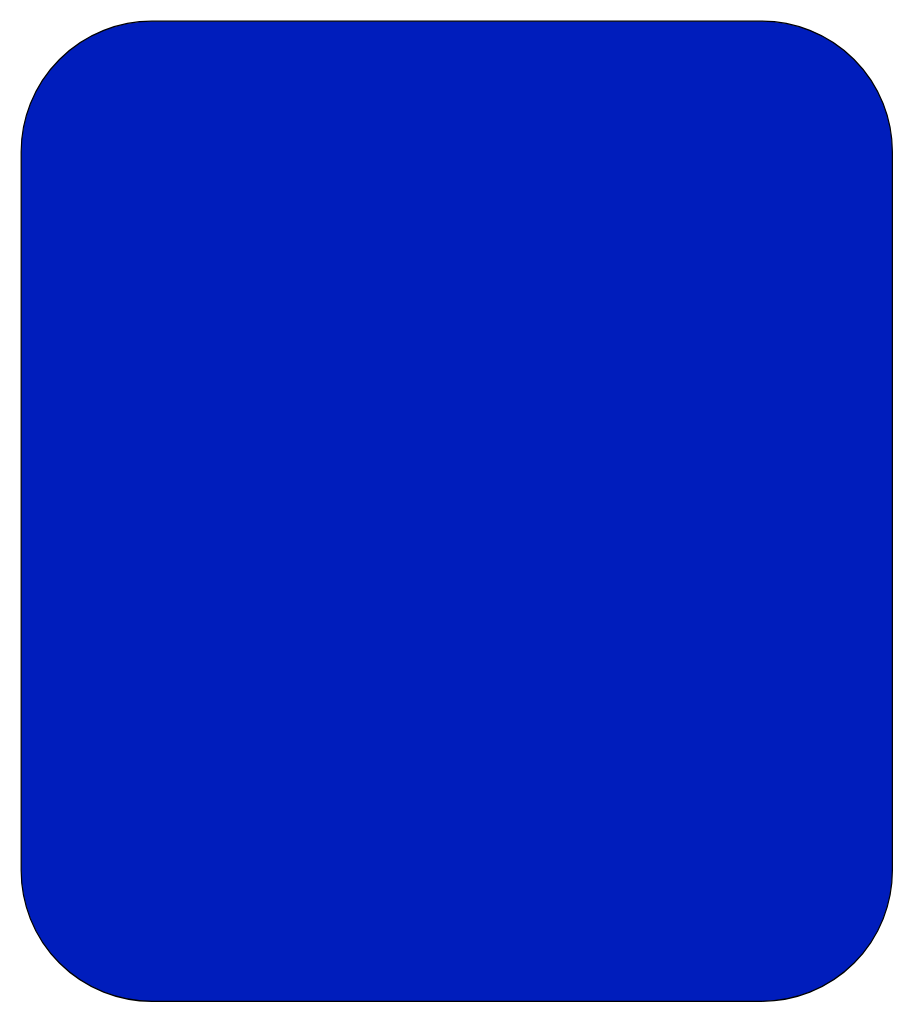
The draw.io diagram draw.io/Landing/Home/Index.drawio in kasDev18/ASG_chat_app, before the edit. Source tidied: cells renumbered, new cells numbered last; positions are measured from the earlier drawing's top-left corner, leaving out a move shared by most shapes. Both pictures are drawn from the tidied source at 121%, with x=0, y=0 at pixel (21, 21).
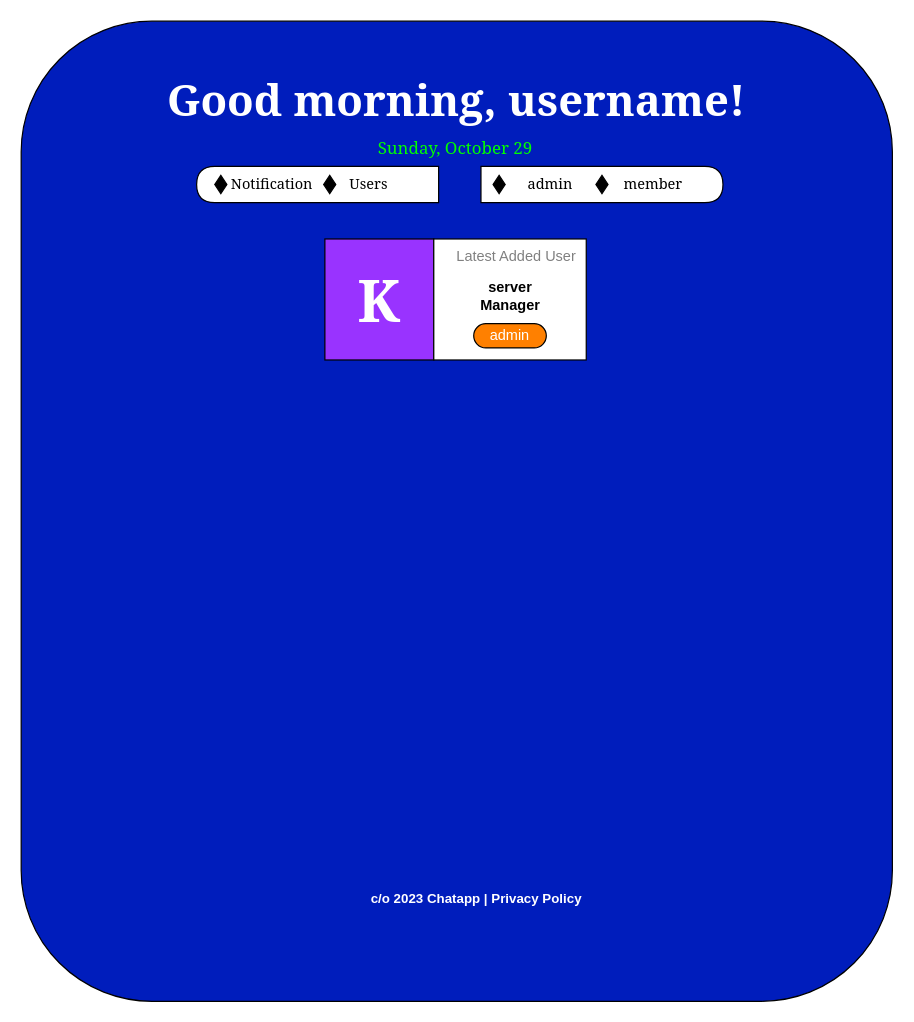
After the change.

Commit message (it also covers changes not shown here):
added unique layout for index landing

What changed in the source:
```diff
@@
+    <mxCell id="3" value="&lt;h1&gt;&lt;font color=&quot;#ffffff&quot; style=&quot;font-size: 36px;&quot; face=&quot;Georgia&quot;&gt;Good morning, username!&lt;/font&gt;&lt;/h1&gt;" style="text;html=1;strokeColor=none;fillColor=none;align=center;verticalAlign=middle;whiteSpace=wrap;rounded=0;" parent="1" vertex="1">
+      <mxGeometry x="105" y="50" width="510" height="30" as="geometry" />
+    </mxCell>
+    <mxCell id="4" value="&lt;font face=&quot;Georgia&quot; color=&quot;#00ff00&quot; style=&quot;font-size: 14px;&quot;&gt;Sunday, October 29&lt;/font&gt;" style="text;html=1;strokeColor=none;fillColor=none;align=center;verticalAlign=middle;whiteSpace=wrap;rounded=0;" parent="1" vertex="1">
+      <mxGeometry x="288" y="90" width="142" height="30" as="geometry" />
+    </mxCell>
+    <mxCell id="5" style="shape=delay;whiteSpace=wrap;html=1;direction=west;" parent="1" vertex="1">
+      <mxGeometry x="145" y="120" width="200" height="30" as="geometry" />
+    </mxCell>
+    <mxCell id="6" style="shape=delay;whiteSpace=wrap;html=1;direction=east;" parent="1" vertex="1">
+      <mxGeometry x="380" y="120" width="200" height="30" as="geometry" />
+    </mxCell>
+    <mxCell id="7" style="shape=sortShape;perimeter=rhombusPerimeter;whiteSpace=wrap;html=1;fillColor=#000000;" parent="1" vertex="1">
+      <mxGeometry x="160" y="127.5" width="10" height="15" as="geometry" />
+    </mxCell>
+    <mxCell id="8" value="&lt;font face=&quot;Georgia&quot; style=&quot;font-size: 12px;&quot;&gt;Notification&lt;/font&gt;" style="text;html=1;strokeColor=none;fillColor=none;align=center;verticalAlign=middle;whiteSpace=wrap;rounded=0;" parent="1" vertex="1">
+      <mxGeometry x="170" y="120" width="75" height="30" as="geometry" />
+    </mxCell>
+    <mxCell id="9" style="shape=sortShape;perimeter=rhombusPerimeter;whiteSpace=wrap;html=1;fillColor=#000000;" parent="1" vertex="1">
+      <mxGeometry x="250" y="127.5" width="10" height="15" as="geometry" />
+    </mxCell>
+    <mxCell id="10" value="&lt;font face=&quot;Georgia&quot; style=&quot;font-size: 12px;&quot;&gt;Users&lt;/font&gt;" style="text;html=1;strokeColor=none;fillColor=none;align=center;verticalAlign=middle;whiteSpace=wrap;rounded=0;" parent="1" vertex="1">
+      <mxGeometry x="270" y="120" width="35" height="30" as="geometry" />
+    </mxCell>
+    <mxCell id="11" style="shape=sortShape;perimeter=rhombusPerimeter;whiteSpace=wrap;html=1;fillColor=#000000;" parent="1" vertex="1">
+      <mxGeometry x="390" y="127.5" width="10" height="15" as="geometry" />
+    </mxCell>
+    <mxCell id="12" value="&lt;font face=&quot;Georgia&quot; style=&quot;font-size: 12px;&quot;&gt;admin&lt;/font&gt;" style="text;html=1;strokeColor=none;fillColor=none;align=center;verticalAlign=middle;whiteSpace=wrap;rounded=0;" parent="1" vertex="1">
+      <mxGeometry x="400" y="120" width="75" height="30" as="geometry" />
+    </mxCell>
+    <mxCell id="13" style="rounded=0;whiteSpace=wrap;html=1;fillColor=#9933FF;" parent="1" vertex="1">
+      <mxGeometry x="251" y="180" width="90" height="100" as="geometry" />
+    </mxCell>
+    <mxCell id="14" value="&lt;h1&gt;&lt;font color=&quot;#ffffff&quot; style=&quot;font-size: 48px;&quot; face=&quot;Georgia&quot;&gt;K&lt;/font&gt;&lt;/h1&gt;" style="text;html=1;strokeColor=none;fillColor=none;align=center;verticalAlign=middle;whiteSpace=wrap;rounded=0;" parent="1" vertex="1">
+      <mxGeometry x="252.2" y="180" width="87.5" height="100" as="geometry" />
+    </mxCell>
+    <mxCell id="15" style="rounded=0;whiteSpace=wrap;html=1;" parent="1" vertex="1">
+      <mxGeometry x="341" y="180" width="126" height="100" as="geometry" />
+    </mxCell>
+    <mxCell id="16" value="&lt;font color=&quot;#808080&quot;&gt;Latest Added User&lt;/font&gt;" style="text;html=1;strokeColor=none;fillColor=none;align=center;verticalAlign=middle;whiteSpace=wrap;rounded=0;" parent="1" vertex="1">
+      <mxGeometry x="357" y="180" width="105" height="30" as="geometry" />
+    </mxCell>
+    <mxCell id="17" value="&lt;b&gt;server&lt;/b&gt;" style="text;html=1;strokeColor=none;fillColor=none;align=center;verticalAlign=middle;whiteSpace=wrap;rounded=0;" parent="1" vertex="1">
+      <mxGeometry x="351.5" y="205" width="105" height="30" as="geometry" />
+    </mxCell>
+    <mxCell id="18" value="&lt;b&gt;Manager&lt;/b&gt;" style="text;html=1;strokeColor=none;fillColor=none;align=center;verticalAlign=middle;whiteSpace=wrap;rounded=0;" parent="1" vertex="1">
+      <mxGeometry x="351.5" y="220" width="105" height="30" as="geometry" />
+    </mxCell>
+    <mxCell id="19" value="&lt;font color=&quot;#ffffff&quot;&gt;admin&lt;/font&gt;" style="rounded=1;whiteSpace=wrap;html=1;fillColor=#FF8000;arcSize=50;" parent="1" vertex="1">
+      <mxGeometry x="374" y="250" width="60" height="20" as="geometry" />
+    </mxCell>
+    <mxCell id="20" value="&lt;font style=&quot;font-size: 11px;&quot; color=&quot;#ffffff&quot;&gt;&lt;b&gt;c/o 2023 Chatapp | Privacy Policy&lt;/b&gt;&lt;/font&gt;" style="text;html=1;strokeColor=none;fillColor=none;align=center;verticalAlign=middle;whiteSpace=wrap;rounded=0;" parent="1" vertex="1">
+      <mxGeometry x="270" y="710" width="213" height="30" as="geometry" />
+    </mxCell>
+    <mxCell id="21" style="shape=sortShape;perimeter=rhombusPerimeter;whiteSpace=wrap;html=1;fillColor=#000000;" parent="1" vertex="1">
+      <mxGeometry x="475" y="127.5" width="10" height="15" as="geometry" />
+    </mxCell>
+    <mxCell id="22" value="&lt;font face=&quot;Georgia&quot; style=&quot;font-size: 12px;&quot;&gt;member&lt;/font&gt;" style="text;html=1;strokeColor=none;fillColor=none;align=center;verticalAlign=middle;whiteSpace=wrap;rounded=0;" parent="1" vertex="1">
+      <mxGeometry x="485" y="120" width="75" height="30" as="geometry" />
+    </mxCell>
```
